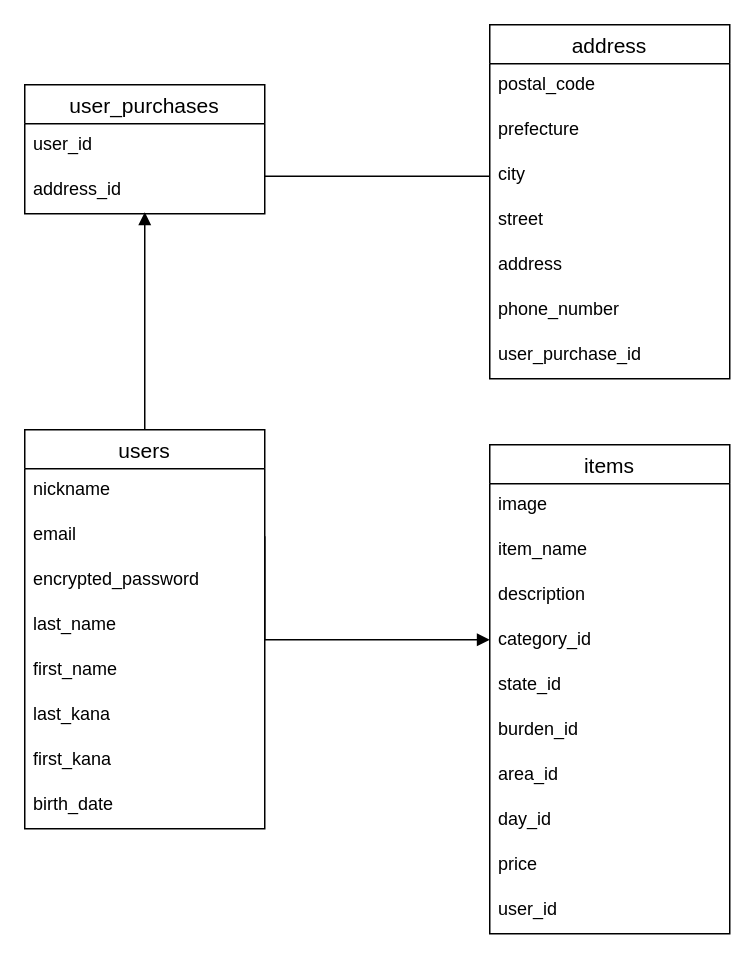
Above: furima.dio in akio6706/furima-33916 (draw.io), before the change. Source tidied: cells renumbered, new cells numbered last; positions are measured from the earlier drawing's top-left corner, leaving out a move shared by most shapes. Both pictures are drawn from the tidied source at 150%, with x=0, y=0 at pixel (24, 24).
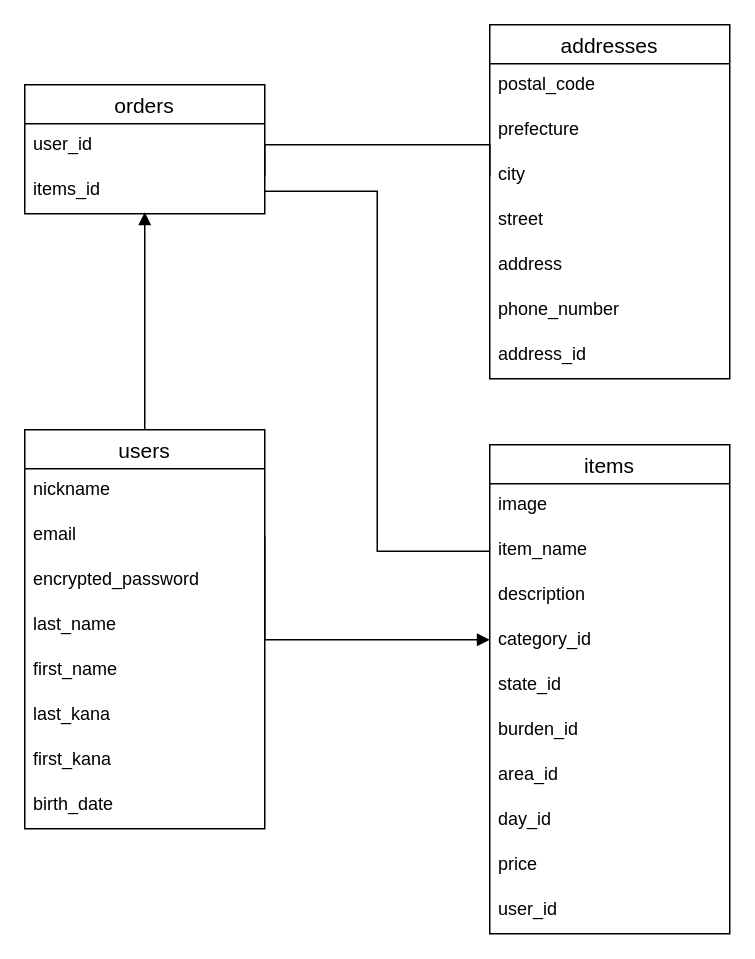
The same page after the edit.

The change refers to these unchanged cells:
```xml
<mxCell id="14" value="item_name" style="text;strokeColor=none;fillColor=none;spacingLeft=4;spacingRight=4;overflow=hidden;points=[[0,0.5],[1,0.5]];portConstraint=eastwest;fontSize=12;" parent="12" vertex="1">
  <mxGeometry y="56" width="160" height="30" as="geometry" />
</mxCell>
<mxCell id="29" value="city" style="text;strokeColor=none;fillColor=none;spacingLeft=4;spacingRight=4;overflow=hidden;points=[[0,0.5],[1,0.5]];portConstraint=eastwest;fontSize=12;" parent="26" vertex="1">
  <mxGeometry y="86" width="160" height="30" as="geometry" />
</mxCell>
```

Diff of the diagram source:
```diff
@@
-    <mxCell id="23" value="user_purchases" style="swimlane;fontStyle=0;horizontal=1;startSize=26;align=center;fontSize=14;" parent="1" vertex="1">
+    <mxCell id="23" value="orders" style="swimlane;fontStyle=0;horizontal=1;startSize=26;align=center;fontSize=14;" parent="1" vertex="1">
       <mxGeometry y="40" width="160" height="86" as="geometry" />
     </mxCell>
@@
-    <mxCell id="25" value="address_id" style="text;strokeColor=none;fillColor=none;spacingLeft=4;spacingRight=4;overflow=hidden;points=[[0,0.5],[1,0.5]];portConstraint=eastwest;fontSize=12;" parent="23" vertex="1">
+    <mxCell id="25" value="items_id" style="text;strokeColor=none;fillColor=none;spacingLeft=4;spacingRight=4;overflow=hidden;points=[[0,0.5],[1,0.5]];portConstraint=eastwest;fontSize=12;" parent="23" vertex="1">
       <mxGeometry y="56" width="160" height="30" as="geometry" />
     </mxCell>
-    <mxCell id="26" value="address" style="swimlane;fontStyle=0;horizontal=1;startSize=26;align=center;fontSize=14;" parent="1" vertex="1">
+    <mxCell id="26" value="addresses" style="swimlane;fontStyle=0;horizontal=1;startSize=26;align=center;fontSize=14;" parent="1" vertex="1">
       <mxGeometry x="310" width="160" height="236" as="geometry" />
     </mxCell>
@@
-    <mxCell id="33" value="user_purchase_id" style="text;strokeColor=none;fillColor=none;spacingLeft=4;spacingRight=4;overflow=hidden;fontSize=12;" parent="26" vertex="1">
+    <mxCell id="33" value="address_id" style="text;strokeColor=none;fillColor=none;spacingLeft=4;spacingRight=4;overflow=hidden;fontSize=12;" parent="26" vertex="1">
       <mxGeometry y="206" width="160" height="30" as="geometry" />
     </mxCell>
@@
     <mxCell id="35" style="edgeStyle=orthogonalEdgeStyle;rounded=0;jettySize=auto;html=1;exitX=0;exitY=0.5;exitDx=0;exitDy=0;entryX=1;entryY=0.167;entryDx=0;entryDy=0;entryPerimeter=0;startArrow=none;startFill=0;endArrow=none;endFill=0;" parent="1" edge="1" source="29" target="25">
-      <mxGeometry relative="1" as="geometry" />
+      <mxGeometry relative="1" as="geometry">
+        <Array as="points">
+          <mxPoint x="310" y="80" />
+          <mxPoint x="160" y="80" />
+        </Array>
+      </mxGeometry>
     </mxCell>
+    <mxCell id="36" style="edgeStyle=orthogonalEdgeStyle;rounded=0;jettySize=auto;html=1;exitX=1;exitY=0.5;exitDx=0;exitDy=0;entryX=0;entryY=0.5;entryDx=0;entryDy=0;endArrow=none;endFill=0;" parent="1" edge="1" source="25" target="14">
+      <mxGeometry relative="1" as="geometry" />
+    </mxCell>
```
